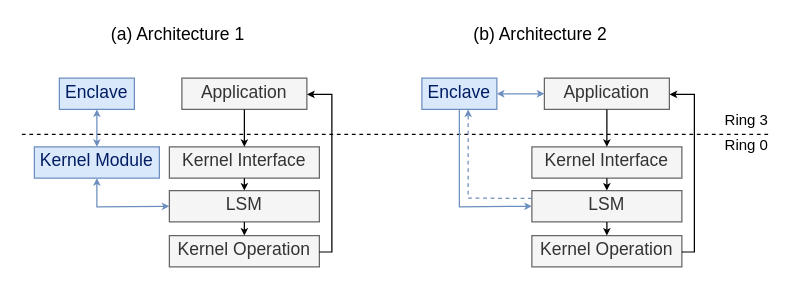
The draw.io diagram figures/drawio/SGX-EnclaveIntegration-DesignA.drawio in bellthomas/part3-dissertation, before the edit. Source tidied: cells renumbered, new cells numbered last; positions are measured from the earlier drawing's top-left corner, leaving out a move shared by most shapes. Both pictures are drawn from the tidied source at 125%, with x=0, y=0 at pixel (21, 21).
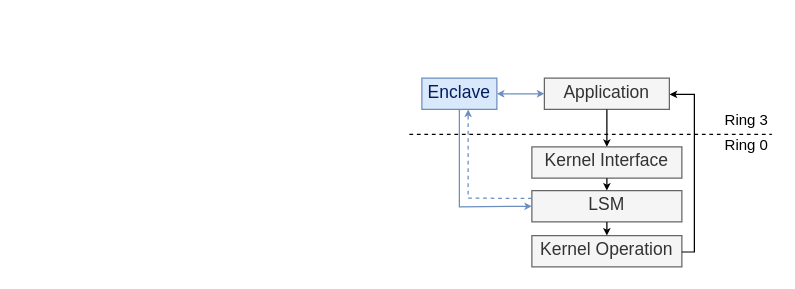
The same page after the edit.

Change to the diagram source:
```diff
@@
     <mxCell id="2" style="endArrow=none;dashed=1;html=1;" parent="1" edge="1">
       <mxGeometry relative="1" as="geometry">
-        <mxPoint y="90" as="sourcePoint" />
+        <mxPoint x="310" y="90" as="sourcePoint" />
         <mxPoint x="600" y="90" as="targetPoint" />
       </mxGeometry>
     </mxCell>
-    <mxCell id="3" value="Application" style="rounded=0;whiteSpace=wrap;html=1;fillColor=#f5f5f5;strokeColor=#666666;fontColor=#333333;fontFamily=Linux Libertine O;spacingBottom=4;fontSize=14;" parent="1" vertex="1">
-      <mxGeometry x="128" y="45" width="100" height="25" as="geometry" />
-    </mxCell>
-    <mxCell id="4" value="Kernel Interface" style="rounded=0;whiteSpace=wrap;html=1;fillColor=#f5f5f5;strokeColor=#666666;fontColor=#333333;fontFamily=Linux Libertine O;spacingBottom=4;fontSize=14;" parent="1" vertex="1">
-      <mxGeometry x="118" y="100" width="120" height="25" as="geometry" />
-    </mxCell>
-    <mxCell id="5" value="LSM" style="rounded=0;whiteSpace=wrap;html=1;fillColor=#f5f5f5;strokeColor=#666666;fontColor=#333333;fontFamily=Linux Libertine O;spacingBottom=4;fontSize=14;" parent="1" vertex="1">
-      <mxGeometry x="118" y="135" width="120" height="25" as="geometry" />
-    </mxCell>
-    <mxCell id="6" value="Kernel Operation" style="rounded=0;whiteSpace=wrap;html=1;fillColor=#f5f5f5;strokeColor=#666666;fontColor=#333333;fontFamily=Linux Libertine O;spacingBottom=4;fontSize=14;" parent="1" vertex="1">
-      <mxGeometry x="118" y="171" width="120" height="25" as="geometry" />
-    </mxCell>
-    <mxCell id="7" value="Enclave" style="rounded=0;whiteSpace=wrap;html=1;fillColor=#dae8fc;strokeColor=#6c8ebf;fontFamily=Linux Libertine O;spacingBottom=4;fontSize=14;fontColor=#001D61;" parent="1" vertex="1">
-      <mxGeometry x="30" y="45" width="60" height="25" as="geometry" />
-    </mxCell>
-    <mxCell id="8" style="endArrow=none;startArrow=classic;html=1;exitX=0.5;exitY=0;exitDx=0;exitDy=0;entryX=0.5;entryY=1;entryDx=0;entryDy=0;startSize=3;endFill=0;" parent="1" edge="1" source="4" target="3">
-      <mxGeometry relative="1" as="geometry" />
-    </mxCell>
-    <mxCell id="9" style="endArrow=none;startArrow=classic;html=1;exitX=0.5;exitY=0;exitDx=0;exitDy=0;entryX=0.5;entryY=1;entryDx=0;entryDy=0;startSize=3;endFill=0;" parent="1" edge="1" source="5" target="4">
-      <mxGeometry relative="1" as="geometry" />
-    </mxCell>
-    <mxCell id="10" style="endArrow=none;startArrow=classic;html=1;entryX=0.5;entryY=1;entryDx=0;entryDy=0;exitX=0.5;exitY=0;exitDx=0;exitDy=0;startSize=3;endFill=0;" parent="1" edge="1" source="6" target="5">
-      <mxGeometry relative="1" as="geometry" />
-    </mxCell>
@@
-    <mxCell id="13" value="Kernel Module" style="rounded=0;whiteSpace=wrap;html=1;fontSize=14;fontFamily=Linux Libertine O;spacingBottom=4;fillColor=#dae8fc;strokeColor=#6c8ebf;fontColor=#001D61;" parent="1" vertex="1">
-      <mxGeometry x="10" y="100" width="100" height="25" as="geometry" />
-    </mxCell>
-    <mxCell id="14" style="endArrow=classic;html=1;fontFamily=Linux Libertine O;fontSize=12;rounded=0;endSize=3;exitX=1;exitY=0.524;exitDx=0;exitDy=0;exitPerimeter=0;entryX=1.002;entryY=0.52;entryDx=0;entryDy=0;entryPerimeter=0;" parent="1" edge="1" source="6" target="3">
-      <mxGeometry relative="1" as="geometry">
-        <Array as="points">
-          <mxPoint x="248" y="184" />
-          <mxPoint x="248" y="58" />
-        </Array>
-      </mxGeometry>
-    </mxCell>
-    <mxCell id="15" style="endArrow=classic;startArrow=classic;html=1;fontFamily=Linux Libertine O;fontSize=14;entryX=0.5;entryY=1;entryDx=0;entryDy=0;exitX=0.5;exitY=0;exitDx=0;exitDy=0;endSize=3;startSize=3;fillColor=#dae8fc;strokeColor=#6c8ebf;" parent="1" edge="1" source="13" target="7">
-      <mxGeometry relative="1" as="geometry" />
-    </mxCell>
-    <mxCell id="16" style="endArrow=classic;startArrow=classic;html=1;fontFamily=Linux Libertine O;fontSize=14;exitX=0.5;exitY=1;exitDx=0;exitDy=0;entryX=0;entryY=0.5;entryDx=0;entryDy=0;endSize=3;startSize=3;fillColor=#dae8fc;strokeColor=#6c8ebf;rounded=0;" parent="1" edge="1" source="13" target="5">
-      <mxGeometry relative="1" as="geometry">
-        <Array as="points">
-          <mxPoint x="60" y="148" />
-        </Array>
-      </mxGeometry>
-    </mxCell>
@@
-    <mxCell id="29" value="(a) Architecture 1" style="text;html=1;strokeColor=none;fillColor=none;align=center;verticalAlign=middle;whiteSpace=wrap;rounded=0;fontFamily=Linux Libertine O;fontSize=14;" parent="1" vertex="1">
-      <mxGeometry width="250" height="20" as="geometry" />
-    </mxCell>
-    <mxCell id="30" value="(b) Architecture 2" style="text;html=1;strokeColor=none;fillColor=none;align=center;verticalAlign=middle;whiteSpace=wrap;rounded=0;fontFamily=Linux Libertine O;fontSize=14;" parent="1" vertex="1">
-      <mxGeometry x="290" width="250" height="20" as="geometry" />
-    </mxCell>
```
